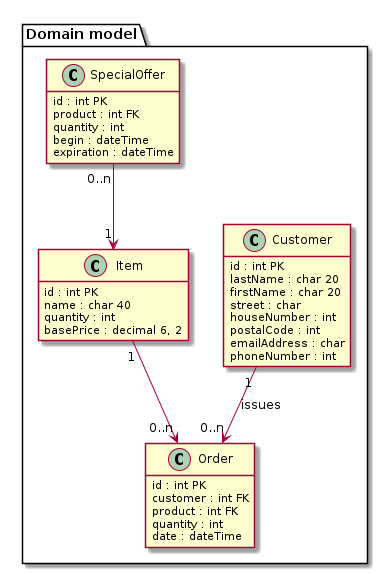
Before: docs/domain-model-crm.png, a diagram exported from PlantUML (tflm91/CRM-System). Source of this version:
```plantuml
@startuml

hide methods

package "Domain model" {
    class Customer {
        id : int PK
        lastName : char 20
        firstName : char 20
        street : char
        houseNumber : int
        postalCode : int
        emailAddress : char
        phoneNumber : int
    }

    class Item {
        id : int PK
        name : char 40
        quantity : int
        basePrice : decimal 6, 2
    }

    class SpecialOffer {
        id : int PK
        product : int FK
        quantity : int
        price : decimal(6, 2)
        begin : dateTime
        expiration : dateTime
    }

    class Order {
        id : int PK
        customer : int FK
        product : int FK
        quantity : int
        date : dateTime
    }
}


Customer "1" --> "0..n" Order : "issues"
Item "1" --> "0..n" Order
SpecialOffer "0..n" --> "1" Item
@enduml
```
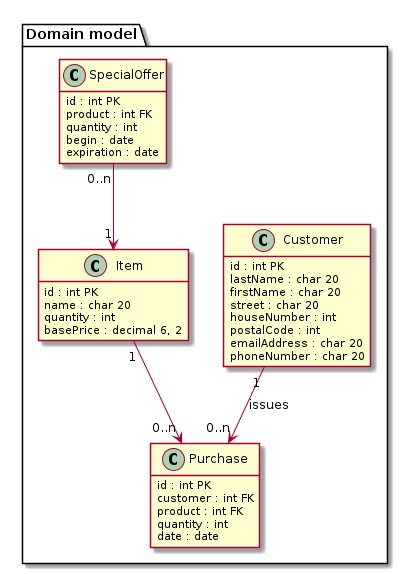
Later version of the same file.

Change to the diagram source:
```diff
@@ -7,16 +7,16 @@
         id : int PK
         lastName : char 20
         firstName : char 20
-        street : char
+        street : char 20
         houseNumber : int
         postalCode : int
-        emailAddress : char
-        phoneNumber : int
+        emailAddress : char 20
+        phoneNumber : char 20
     }
 
     class Item {
         id : int PK
-        name : char 40
+        name : char 20
         quantity : int
         basePrice : decimal 6, 2
     }
@@ -26,21 +26,21 @@
         product : int FK
         quantity : int
         price : decimal(6, 2)
-        begin : dateTime
-        expiration : dateTime
+        begin : date
+        expiration : date
     }
 
-    class Order {
+    class Purchase {
         id : int PK
         customer : int FK
         product : int FK
         quantity : int
-        date : dateTime
+        date : date
     }
 }
 
 
-Customer "1" --> "0..n" Order : "issues"
-Item "1" --> "0..n" Order
+Customer "1" --> "0..n" Purchase : "issues"
+Item "1" --> "0..n" Purchase
 SpecialOffer "0..n" --> "1" Item
 @enduml
```
